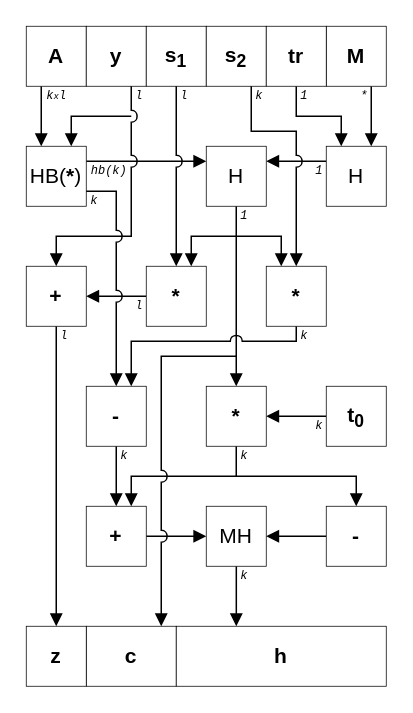
Before: pictures/dil_enc.drawio in SamoKopecky/diploma-thesis-latex, a draw.io diagram. Source tidied: cells renumbered, new cells numbered last; positions are measured from the earlier drawing's top-left corner, leaving out a move shared by most shapes. Both pictures are drawn from the tidied source at 150%, with x=0, y=0 at pixel (26, 26).
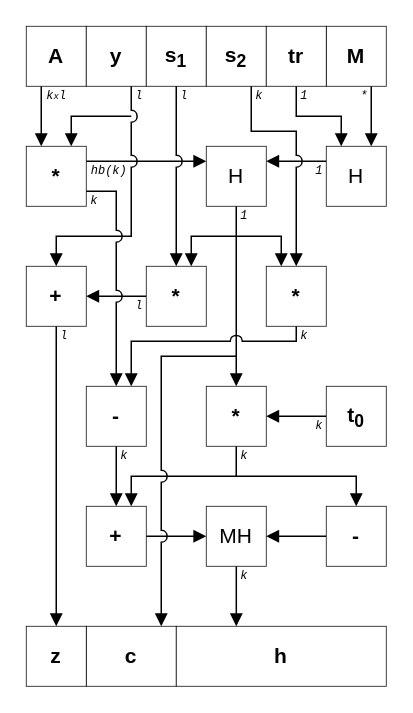
The same page after the edit.

The edit, as a diff of the source:
```diff
@@
-    <mxCell id="9" value="HB(&lt;b&gt;*&lt;/b&gt;)" style="rounded=0;whiteSpace=wrap;html=1;strokeWidth=0.5;fontFamily=Helvetica;fontSize=14;fillColor=default;" parent="1" vertex="1">
+    <mxCell id="9" value="&lt;b&gt;*&lt;/b&gt;" style="rounded=0;whiteSpace=wrap;html=1;strokeWidth=0.5;fontFamily=Helvetica;fontSize=14;fillColor=default;" parent="1" vertex="1">
       <mxGeometry y="80" width="40" height="40" as="geometry" />
     </mxCell>
```
